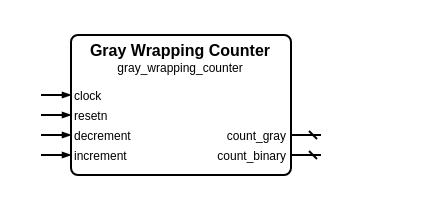
Louis-DR/OmniCores-BuildingBlocks keeps this draw.io diagram as sources/counter/gray_wrapping_counter/gray_wrapping_counter.symbol.drawio. Above is the earlier version. Source tidied: cells renumbered, new cells numbered last; positions are measured from the earlier drawing's top-left corner, leaving out a move shared by most shapes. Both pictures are drawn from the tidied source at 200%, with x=0, y=0 at pixel (40, 34).
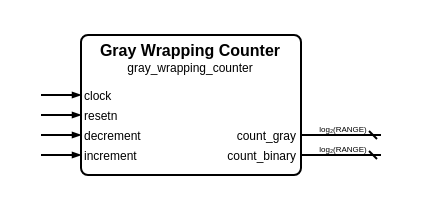
The same diagram, later.

What changed in the source:
```diff
@@
     <mxCell id="2" style="group;" parent="1" vertex="1">
-      <mxGeometry width="140" height="70" as="geometry" />
+      <mxGeometry width="170" height="70" as="geometry" />
     </mxCell>
     <mxCell id="3" style="rounded=1;arcSize=5;fillColor=none;strokeWidth=1;strokeColor=black;whiteSpace=wrap;html=1;" parent="2" vertex="1">
-      <mxGeometry x="15" width="110" height="70" as="geometry" />
+      <mxGeometry x="20" width="110" height="70" as="geometry" />
     </mxCell>
     <mxCell id="4" value="Gray Wrapping Counter" style="text;html=1;align=center;verticalAlign=middle;whiteSpace=wrap;rounded=0;fontSize=8;fontStyle=1;fontColor=black;" parent="2" vertex="1">
-      <mxGeometry x="15" y="7" width="110" as="geometry" />
+      <mxGeometry x="20" y="7" width="110" as="geometry" />
     </mxCell>
     <mxCell id="5" value="gray_wrapping_counter" style="text;html=1;align=center;verticalAlign=middle;whiteSpace=wrap;rounded=0;fontSize=6;fontStyle=0;fontColor=black;" parent="2" vertex="1">
-      <mxGeometry x="15" y="16" width="110" as="geometry" />
+      <mxGeometry x="20" y="16" width="110" as="geometry" />
     </mxCell>
     <mxCell id="6" value="clock" style="text;html=1;align=left;verticalAlign=middle;whiteSpace=wrap;rounded=0;fontSize=6;fontStyle=0;fontColor=black;" parent="2" vertex="1">
-      <mxGeometry x="15" y="30" width="110" as="geometry" />
+      <mxGeometry x="20" y="30" width="110" as="geometry" />
     </mxCell>
     <mxCell id="7" style="html=1;rounded=1;strokeWidth=1;strokeColor=black;startFill=0;startSize=2;startArrow=none;endFill=1;endSize=2;endArrow=blockThin;sourcePerimeterSpacing=0;" parent="2" edge="1">
       <mxGeometry relative="1" as="geometry">
         <mxPoint y="30" as="sourcePoint" />
-        <mxPoint x="15" y="30" as="targetPoint" />
+        <mxPoint x="20" y="30" as="targetPoint" />
       </mxGeometry>
     </mxCell>
     <mxCell id="8" value="resetn" style="text;html=1;align=left;verticalAlign=middle;whiteSpace=wrap;rounded=0;fontSize=6;fontStyle=0;fontColor=black;" parent="2" vertex="1">
-      <mxGeometry x="15" y="40" width="110" as="geometry" />
+      <mxGeometry x="20" y="40" width="110" as="geometry" />
     </mxCell>
     <mxCell id="9" style="html=1;rounded=1;strokeWidth=1;strokeColor=black;startFill=0;startSize=2;startArrow=none;endFill=1;endSize=2;endArrow=blockThin;sourcePerimeterSpacing=0;" parent="2" edge="1">
       <mxGeometry relative="1" as="geometry">
         <mxPoint y="40" as="sourcePoint" />
-        <mxPoint x="15" y="40" as="targetPoint" />
+        <mxPoint x="20" y="40" as="targetPoint" />
       </mxGeometry>
     </mxCell>
     <mxCell id="10" value="decrement" style="text;html=1;align=left;verticalAlign=middle;whiteSpace=wrap;rounded=0;fontSize=6;fontStyle=0;fontColor=black;" parent="2" vertex="1">
-      <mxGeometry x="15" y="50" width="110" as="geometry" />
+      <mxGeometry x="20" y="50" width="110" as="geometry" />
     </mxCell>
     <mxCell id="11" style="html=1;rounded=1;strokeWidth=1;strokeColor=black;startFill=0;startSize=2;startArrow=none;endFill=1;endSize=2;endArrow=blockThin;sourcePerimeterSpacing=0;" parent="2" edge="1">
       <mxGeometry relative="1" as="geometry">
         <mxPoint y="50" as="sourcePoint" />
-        <mxPoint x="15" y="50" as="targetPoint" />
+        <mxPoint x="20" y="50" as="targetPoint" />
       </mxGeometry>
     </mxCell>
     <mxCell id="12" value="count_gray" style="text;html=1;align=right;verticalAlign=middle;whiteSpace=wrap;rounded=0;fontSize=6;fontStyle=0;fontColor=black;" parent="2" vertex="1">
-      <mxGeometry x="15" y="50" width="110" as="geometry" />
+      <mxGeometry x="20" y="50" width="110" as="geometry" />
     </mxCell>
     <mxCell id="13" style="html=1;rounded=1;strokeWidth=1;strokeColor=black;startFill=0;startSize=2;startArrow=dash;endFill=1;endSize=2;endArrow=none;sourcePerimeterSpacing=0;" parent="2" edge="1">
       <mxGeometry relative="1" as="geometry">
-        <mxPoint x="140" y="50" as="sourcePoint" />
-        <mxPoint x="125" y="50" as="targetPoint" />
+        <mxPoint x="170" y="50" as="sourcePoint" />
+        <mxPoint x="130" y="50" as="targetPoint" />
       </mxGeometry>
     </mxCell>
+    <mxCell id="18" value="log₂(RANGE)" style="text;html=1;align=center;verticalAlign=middle;whiteSpace=nowrap;rounded=0;fontSize=4;fontStyle=0;fontColor=black;" parent="2" vertex="1">
+      <mxGeometry x="150" y="47" as="geometry" />
+    </mxCell>
     <mxCell id="14" value="increment" style="text;html=1;align=left;verticalAlign=middle;whiteSpace=wrap;rounded=0;fontSize=6;fontStyle=0;fontColor=black;" parent="2" vertex="1">
-      <mxGeometry x="15" y="60" width="110" as="geometry" />
+      <mxGeometry x="20" y="60" width="110" as="geometry" />
     </mxCell>
     <mxCell id="15" style="html=1;rounded=1;strokeWidth=1;strokeColor=black;startFill=0;startSize=2;startArrow=none;endFill=1;endSize=2;endArrow=blockThin;sourcePerimeterSpacing=0;" parent="2" edge="1">
       <mxGeometry relative="1" as="geometry">
         <mxPoint y="60" as="sourcePoint" />
-        <mxPoint x="15" y="60" as="targetPoint" />
+        <mxPoint x="20" y="60" as="targetPoint" />
       </mxGeometry>
     </mxCell>
     <mxCell id="16" value="count_binary" style="text;html=1;align=right;verticalAlign=middle;whiteSpace=wrap;rounded=0;fontSize=6;fontStyle=0;fontColor=black;" parent="2" vertex="1">
-      <mxGeometry x="15" y="60" width="110" as="geometry" />
+      <mxGeometry x="20" y="60" width="110" as="geometry" />
     </mxCell>
     <mxCell id="17" style="html=1;rounded=1;strokeWidth=1;strokeColor=black;startFill=0;startSize=2;startArrow=dash;endFill=1;endSize=2;endArrow=none;sourcePerimeterSpacing=0;" parent="2" edge="1">
       <mxGeometry relative="1" as="geometry">
-        <mxPoint x="140" y="60" as="sourcePoint" />
-        <mxPoint x="125" y="60" as="targetPoint" />
+        <mxPoint x="170" y="60" as="sourcePoint" />
+        <mxPoint x="130" y="60" as="targetPoint" />
       </mxGeometry>
     </mxCell>
+    <mxCell id="19" value="log₂(RANGE)" style="text;html=1;align=center;verticalAlign=middle;whiteSpace=nowrap;rounded=0;fontSize=4;fontStyle=0;fontColor=black;" parent="2" vertex="1">
+      <mxGeometry x="150" y="57" as="geometry" />
+    </mxCell>
```
